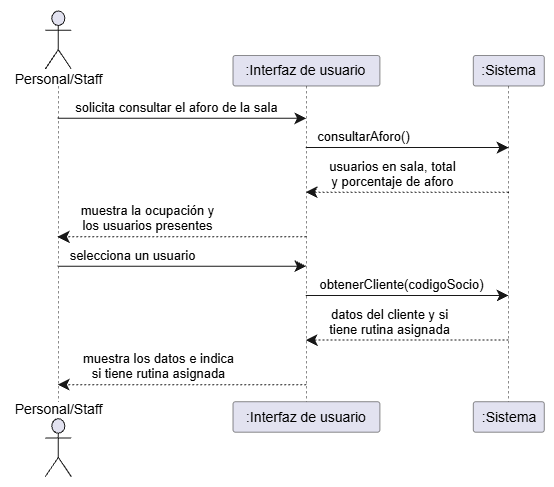
This is assets/DS CONSULTAR AFORO Y RUTINAS.png from gis-ir/IR2627-G1-06, a draw.io export, as it was before one commit. Source tidied: cells renumbered, new cells last; positions are measured from the earlier drawing's top-left corner, leaving out a move shared by most shapes. The source it was exported from:
```xml
<mxGraphModel>
  <root>
    <mxCell id="0" />
    <mxCell id="1" parent="0" />
    <mxCell id="2" style="group;transparentBounds=1;editIcon=1;lockedGroup=0;groupPadding=10;" parent="1" vertex="1">
      <mxGeometry as="geometry" />
    </mxCell>
    <mxCell id="3" style="shape=umlLifeline;perimeter=lifelinePerimeter;participant=headless;size=75.49;lifelineMirror=1;dashPattern=5 5;outlineConnect=0;portConstraint=eastwest;newEdgeStyle={&quot;edgeStyle&quot;:&quot;sequenceEdgeStyle&quot;,&quot;libavoidRouting&quot;:0,&quot;curved&quot;:0,&quot;rounded&quot;:0};fillColor=none;strokeColor=#181818;strokeWidth=0.5;" parent="2" vertex="1">
      <mxGeometry x="30" y="30" width="95.6" height="466.7" as="geometry" />
    </mxCell>
    <mxCell id="4" value="Personal/Staff" style="shape=umlActor;verticalLabelPosition=bottom;verticalAlign=top;spacingTop=-5;fillColor=#E2E2F0;strokeColor=#181818;fontColor=#000000;fontSize=14;html=1;shadow=0;" parent="3" vertex="1">
      <mxGeometry x="34.8" y="0.5" width="26" height="58" as="geometry" />
    </mxCell>
    <mxCell id="5" value="Personal/Staff" style="shape=umlActor;verticalLabelPosition=top;verticalAlign=bottom;spacingBottom=-2.5;fillColor=#E2E2F0;strokeColor=#181818;fontColor=#000000;fontSize=14;html=1;shadow=0;" parent="3" vertex="1">
      <mxGeometry x="34.8" y="408.2" width="26" height="58" as="geometry" />
    </mxCell>
    <mxCell id="6" value=":Interfaz de usuario" style="shape=umlLifeline;perimeter=lifelinePerimeter;size=30.49;lifelineMirror=1;dashPattern=5 5;outlineConnect=0;portConstraint=eastwest;newEdgeStyle={&quot;edgeStyle&quot;:&quot;sequenceEdgeStyle&quot;,&quot;libavoidRouting&quot;:0,&quot;curved&quot;:0,&quot;rounded&quot;:0};rounded=1;absoluteArcSize=1;arcSize=5;fillColor=#E2E2F0;strokeColor=#181818;strokeWidth=0.5;fontColor=#000000;fontSize=14;whiteSpace=wrap;html=1;shadow=0;" parent="2" vertex="1">
      <mxGeometry x="252.5" y="75" width="146.9" height="376.7" as="geometry" />
    </mxCell>
    <mxCell id="7" value=":Sistema" style="shape=umlLifeline;perimeter=lifelinePerimeter;size=30.49;lifelineMirror=1;dashPattern=5 5;outlineConnect=0;portConstraint=eastwest;newEdgeStyle={&quot;edgeStyle&quot;:&quot;sequenceEdgeStyle&quot;,&quot;libavoidRouting&quot;:0,&quot;curved&quot;:0,&quot;rounded&quot;:0};rounded=1;absoluteArcSize=1;arcSize=5;fillColor=#E2E2F0;strokeColor=#181818;strokeWidth=0.5;fontColor=#000000;fontSize=14;whiteSpace=wrap;html=1;shadow=0;" parent="2" vertex="1">
      <mxGeometry x="492.8" y="75" width="71" height="376.7" as="geometry" />
    </mxCell>
    <mxCell id="8" value="solicita consultar el aforo de la sala" style="endArrow=classic;endFill=1;endSize=9;html=1;edgeStyle=sequenceEdgeStyle;libavoidRouting=0;curved=0;rounded=0;strokeColor=#181818;strokeWidth=1;fontColor=#000000;fontSize=13;verticalAlign=bottom;labelBackgroundColor=none;sourcePerimeterSpacing=0;targetPerimeterSpacing=0;" parent="2" edge="1" source="3" target="6">
      <mxGeometry x="-0.04" relative="1" as="geometry">
        <Array as="points">
          <mxPoint x="202" y="137.8" />
        </Array>
      </mxGeometry>
    </mxCell>
    <mxCell id="9" value="consultarAforo()" style="endArrow=classic;endFill=1;endSize=9;html=1;edgeStyle=sequenceEdgeStyle;libavoidRouting=0;curved=0;rounded=0;strokeColor=#181818;strokeWidth=1;fontColor=#000000;fontSize=13;verticalAlign=bottom;labelBackgroundColor=none;sourcePerimeterSpacing=0;targetPerimeterSpacing=0;" parent="2" edge="1" source="6" target="7">
      <mxGeometry x="-0.43" relative="1" as="geometry">
        <Array as="points">
          <mxPoint x="427" y="167.1" />
        </Array>
      </mxGeometry>
    </mxCell>
    <mxCell id="10" value="usuarios en sala, total&#10;y porcentaje de aforo" style="endArrow=classic;endFill=1;endSize=9;html=1;edgeStyle=sequenceEdgeStyle;libavoidRouting=0;curved=0;rounded=0;strokeColor=#181818;strokeWidth=1;fontColor=#000000;fontSize=13;verticalAlign=bottom;labelBackgroundColor=none;dashed=1;dashPattern=2 2;sourcePerimeterSpacing=0;targetPerimeterSpacing=0;" parent="2" edge="1" source="7" target="6">
      <mxGeometry x="0.15" relative="1" as="geometry">
        <Array as="points">
          <mxPoint x="427" y="211.7" />
        </Array>
      </mxGeometry>
    </mxCell>
    <mxCell id="11" value="muestra la ocupación y&#10;los usuarios presentes" style="endArrow=classic;endFill=1;endSize=9;html=1;edgeStyle=sequenceEdgeStyle;libavoidRouting=0;curved=0;rounded=0;strokeColor=#181818;strokeWidth=1;fontColor=#000000;fontSize=13;verticalAlign=bottom;labelBackgroundColor=none;dashed=1;dashPattern=2 2;sourcePerimeterSpacing=0;targetPerimeterSpacing=0;" parent="2" edge="1" source="6" target="3">
      <mxGeometry x="0.28" relative="1" as="geometry">
        <Array as="points">
          <mxPoint x="202" y="256.4" />
        </Array>
      </mxGeometry>
    </mxCell>
    <mxCell id="12" value="selecciona un usuario" style="endArrow=classic;endFill=1;endSize=9;html=1;edgeStyle=sequenceEdgeStyle;libavoidRouting=0;curved=0;rounded=0;strokeColor=#181818;strokeWidth=1;fontColor=#000000;fontSize=13;verticalAlign=bottom;labelBackgroundColor=none;sourcePerimeterSpacing=0;targetPerimeterSpacing=0;" parent="2" edge="1" source="3" target="6">
      <mxGeometry x="-0.39" relative="1" as="geometry">
        <Array as="points">
          <mxPoint x="202" y="285.7" />
        </Array>
      </mxGeometry>
    </mxCell>
    <mxCell id="13" value="obtenerCliente(codigoSocio)" style="endArrow=classic;endFill=1;endSize=9;html=1;edgeStyle=sequenceEdgeStyle;libavoidRouting=0;curved=0;rounded=0;strokeColor=#181818;strokeWidth=1;fontColor=#000000;fontSize=13;verticalAlign=bottom;labelBackgroundColor=none;sourcePerimeterSpacing=0;targetPerimeterSpacing=0;" parent="2" edge="1" source="6" target="7">
      <mxGeometry x="-0.05" relative="1" as="geometry">
        <Array as="points">
          <mxPoint x="427" y="315" />
        </Array>
      </mxGeometry>
    </mxCell>
    <mxCell id="14" value="datos del cliente y si&#10;tiene rutina asignada" style="endArrow=classic;endFill=1;endSize=9;html=1;edgeStyle=sequenceEdgeStyle;libavoidRouting=0;curved=0;rounded=0;strokeColor=#181818;strokeWidth=1;fontColor=#000000;fontSize=13;verticalAlign=bottom;labelBackgroundColor=none;dashed=1;dashPattern=2 2;sourcePerimeterSpacing=0;targetPerimeterSpacing=0;" parent="2" edge="1" source="7" target="6">
      <mxGeometry x="0.17" relative="1" as="geometry">
        <Array as="points">
          <mxPoint x="427" y="359.6" />
        </Array>
      </mxGeometry>
    </mxCell>
    <mxCell id="15" value="muestra los datos e indica&#10;si tiene rutina asignada" style="endArrow=classic;endFill=1;endSize=9;html=1;edgeStyle=sequenceEdgeStyle;libavoidRouting=0;curved=0;rounded=0;strokeColor=#181818;strokeWidth=1;fontColor=#000000;fontSize=13;verticalAlign=bottom;labelBackgroundColor=none;dashed=1;dashPattern=2 2;sourcePerimeterSpacing=0;targetPerimeterSpacing=0;" parent="2" edge="1" source="6" target="3">
      <mxGeometry x="0.19" relative="1" as="geometry">
        <Array as="points">
          <mxPoint x="202" y="404.2" />
        </Array>
      </mxGeometry>
    </mxCell>
  </root>
</mxGraphModel>
```
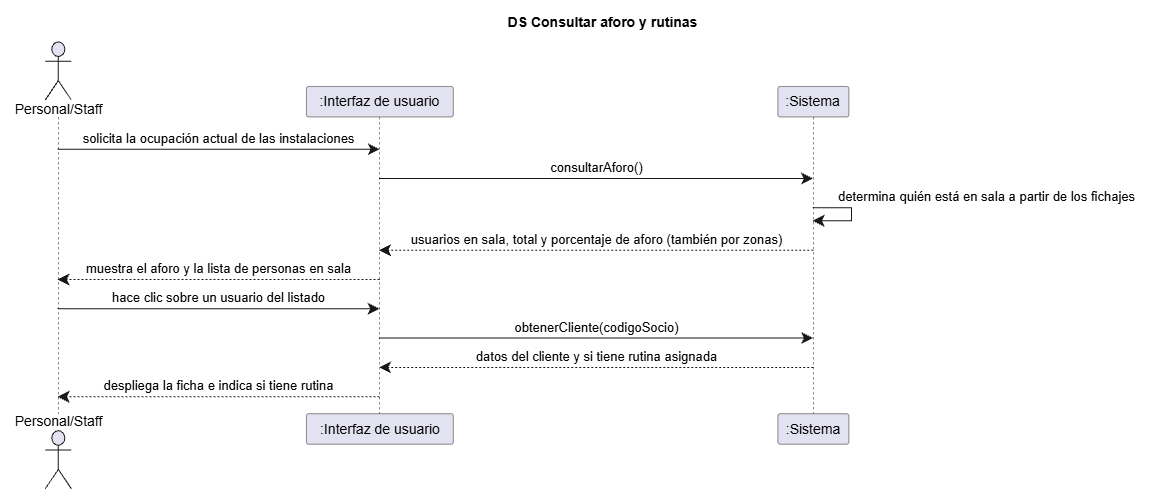
After the commit.

Diff of the diagram source:
```diff
@@ -5,76 +5,92 @@
     <mxCell id="2" style="group;transparentBounds=1;editIcon=1;lockedGroup=0;groupPadding=10;" parent="1" vertex="1">
       <mxGeometry as="geometry" />
     </mxCell>
-    <mxCell id="3" style="shape=umlLifeline;perimeter=lifelinePerimeter;participant=headless;size=75.49;lifelineMirror=1;dashPattern=5 5;outlineConnect=0;portConstraint=eastwest;newEdgeStyle={&quot;edgeStyle&quot;:&quot;sequenceEdgeStyle&quot;,&quot;libavoidRouting&quot;:0,&quot;curved&quot;:0,&quot;rounded&quot;:0};fillColor=none;strokeColor=#181818;strokeWidth=0.5;" parent="2" vertex="1">
-      <mxGeometry x="30" y="30" width="95.6" height="466.7" as="geometry" />
-    </mxCell>
+    <mxCell id="16" style="shape=umlLifeline;perimeter=lifelinePerimeter;participant=headless;size=75.49;lifelineMirror=1;dashPattern=5 5;outlineConnect=0;portConstraint=eastwest;newEdgeStyle={&quot;edgeStyle&quot;:&quot;sequenceEdgeStyle&quot;,&quot;libavoidRouting&quot;:0,&quot;curved&quot;:0,&quot;rounded&quot;:0};fillColor=none;strokeColor=#181818;strokeWidth=0.5;" parent="2" vertex="1">
+      <mxGeometry x="30" y="61" width="95.6" height="447.8" as="geometry" />
+    </mxCell>
-    <mxCell id="4" value="Personal/Staff" style="shape=umlActor;verticalLabelPosition=bottom;verticalAlign=top;spacingTop=-5;fillColor=#E2E2F0;strokeColor=#181818;fontColor=#000000;fontSize=14;html=1;shadow=0;" parent="3" vertex="1">
+    <mxCell id="4" value="Personal/Staff" style="shape=umlActor;verticalLabelPosition=bottom;verticalAlign=top;spacingTop=-5;fillColor=#E2E2F0;strokeColor=#181818;fontColor=#000000;fontSize=14;html=1;shadow=0;" parent="16" vertex="1">
       <mxGeometry x="34.8" y="0.5" width="26" height="58" as="geometry" />
     </mxCell>
-    <mxCell id="5" value="Personal/Staff" style="shape=umlActor;verticalLabelPosition=top;verticalAlign=bottom;spacingBottom=-2.5;fillColor=#E2E2F0;strokeColor=#181818;fontColor=#000000;fontSize=14;html=1;shadow=0;" parent="3" vertex="1">
-      <mxGeometry x="34.8" y="408.2" width="26" height="58" as="geometry" />
+    <mxCell id="5" value="Personal/Staff" style="shape=umlActor;verticalLabelPosition=top;verticalAlign=bottom;spacingBottom=-2.5;fillColor=#E2E2F0;strokeColor=#181818;fontColor=#000000;fontSize=14;html=1;shadow=0;" parent="16" vertex="1">
+      <mxGeometry x="34.8" y="389.3" width="26" height="58" as="geometry" />
     </mxCell>
     <mxCell id="6" value=":Interfaz de usuario" style="shape=umlLifeline;perimeter=lifelinePerimeter;size=30.49;lifelineMirror=1;dashPattern=5 5;outlineConnect=0;portConstraint=eastwest;newEdgeStyle={&quot;edgeStyle&quot;:&quot;sequenceEdgeStyle&quot;,&quot;libavoidRouting&quot;:0,&quot;curved&quot;:0,&quot;rounded&quot;:0};rounded=1;absoluteArcSize=1;arcSize=5;fillColor=#E2E2F0;strokeColor=#181818;strokeWidth=0.5;fontColor=#000000;fontSize=14;whiteSpace=wrap;html=1;shadow=0;" parent="2" vertex="1">
-      <mxGeometry x="252.5" y="75" width="146.9" height="376.7" as="geometry" />
+      <mxGeometry x="325.9" y="106" width="146.9" height="357.8" as="geometry" />
     </mxCell>
     <mxCell id="7" value=":Sistema" style="shape=umlLifeline;perimeter=lifelinePerimeter;size=30.49;lifelineMirror=1;dashPattern=5 5;outlineConnect=0;portConstraint=eastwest;newEdgeStyle={&quot;edgeStyle&quot;:&quot;sequenceEdgeStyle&quot;,&quot;libavoidRouting&quot;:0,&quot;curved&quot;:0,&quot;rounded&quot;:0};rounded=1;absoluteArcSize=1;arcSize=5;fillColor=#E2E2F0;strokeColor=#181818;strokeWidth=0.5;fontColor=#000000;fontSize=14;whiteSpace=wrap;html=1;shadow=0;" parent="2" vertex="1">
-      <mxGeometry x="492.8" y="75" width="71" height="376.7" as="geometry" />
+      <mxGeometry x="797.4" y="106" width="71" height="357.8" as="geometry" />
     </mxCell>
-    <mxCell id="8" value="solicita consultar el aforo de la sala" style="endArrow=classic;endFill=1;endSize=9;html=1;edgeStyle=sequenceEdgeStyle;libavoidRouting=0;curved=0;rounded=0;strokeColor=#181818;strokeWidth=1;fontColor=#000000;fontSize=13;verticalAlign=bottom;labelBackgroundColor=none;sourcePerimeterSpacing=0;targetPerimeterSpacing=0;" parent="2" edge="1" source="3" target="6">
-      <mxGeometry x="-0.04" relative="1" as="geometry">
-        <Array as="points">
-          <mxPoint x="202" y="137.8" />
-        </Array>
-      </mxGeometry>
-    </mxCell>
+    <mxCell id="17" value="solicita la ocupación actual de las instalaciones" style="endArrow=classic;endFill=1;endSize=9;html=1;edgeStyle=sequenceEdgeStyle;libavoidRouting=0;curved=0;rounded=0;strokeColor=#181818;strokeWidth=1;fontColor=#000000;fontSize=13;verticalAlign=bottom;labelBackgroundColor=none;align=center;sourcePerimeterSpacing=0;targetPerimeterSpacing=0;" parent="2" edge="1" source="16" target="6">
+      <mxGeometry relative="1" as="geometry">
+        <Array as="points">
+          <mxPoint x="239" y="168.8" />
+        </Array>
+      </mxGeometry>
+    </mxCell>
-    <mxCell id="9" value="consultarAforo()" style="endArrow=classic;endFill=1;endSize=9;html=1;edgeStyle=sequenceEdgeStyle;libavoidRouting=0;curved=0;rounded=0;strokeColor=#181818;strokeWidth=1;fontColor=#000000;fontSize=13;verticalAlign=bottom;labelBackgroundColor=none;sourcePerimeterSpacing=0;targetPerimeterSpacing=0;" parent="2" edge="1" source="6" target="7">
-      <mxGeometry x="-0.43" relative="1" as="geometry">
+    <mxCell id="9" value="consultarAforo()" style="endArrow=classic;endFill=1;endSize=9;html=1;edgeStyle=sequenceEdgeStyle;libavoidRouting=0;curved=0;rounded=0;strokeColor=#181818;strokeWidth=1;fontColor=#000000;fontSize=13;verticalAlign=bottom;labelBackgroundColor=none;align=center;sourcePerimeterSpacing=0;targetPerimeterSpacing=0;" parent="2" edge="1" source="6" target="7">
+      <mxGeometry relative="1" as="geometry">
         <Array as="points">
-          <mxPoint x="427" y="167.1" />
+          <mxPoint x="616" y="198.1" />
         </Array>
       </mxGeometry>
     </mxCell>
+    <mxCell id="18" style="endArrow=classic;endFill=1;endSize=9;html=1;edgeStyle=sequenceEdgeStyle;libavoidRouting=0;curved=0;rounded=0;strokeColor=#181818;strokeWidth=1;align=center;fontSize=11;sourcePerimeterSpacing=0;targetPerimeterSpacing=0;" parent="2" edge="1" source="7" target="7">
+      <mxGeometry relative="1" as="geometry">
+        <Array as="points">
+          <mxPoint x="870.9" y="227.4" />
+          <mxPoint x="870.9" y="240.4" />
+        </Array>
+      </mxGeometry>
+    </mxCell>
+    <mxCell id="19" value="determina quién está en sala a partir de los fichajes" style="text;html=1;fontColor=#000000;fontSize=13;align=center;verticalAlign=middle;" parent="18" vertex="1">
+      <mxGeometry x="-1" width="332.4" height="18.31" relative="1" as="geometry">
+        <mxPoint x="7.8" y="-20.3" as="offset" />
+      </mxGeometry>
+    </mxCell>
-    <mxCell id="10" value="usuarios en sala, total&#10;y porcentaje de aforo" style="endArrow=classic;endFill=1;endSize=9;html=1;edgeStyle=sequenceEdgeStyle;libavoidRouting=0;curved=0;rounded=0;strokeColor=#181818;strokeWidth=1;fontColor=#000000;fontSize=13;verticalAlign=bottom;labelBackgroundColor=none;dashed=1;dashPattern=2 2;sourcePerimeterSpacing=0;targetPerimeterSpacing=0;" parent="2" edge="1" source="7" target="6">
-      <mxGeometry x="0.15" relative="1" as="geometry">
+    <mxCell id="10" value="usuarios en sala, total y porcentaje de aforo (también por zonas)" style="endArrow=classic;endFill=1;endSize=9;html=1;edgeStyle=sequenceEdgeStyle;libavoidRouting=0;curved=0;rounded=0;strokeColor=#181818;strokeWidth=1;fontColor=#000000;fontSize=13;verticalAlign=bottom;labelBackgroundColor=none;dashed=1;dashPattern=2 2;align=center;sourcePerimeterSpacing=0;targetPerimeterSpacing=0;" parent="2" edge="1" source="7" target="6">
+      <mxGeometry relative="1" as="geometry">
         <Array as="points">
-          <mxPoint x="427" y="211.7" />
+          <mxPoint x="616" y="269.7" />
         </Array>
       </mxGeometry>
     </mxCell>
-    <mxCell id="11" value="muestra la ocupación y&#10;los usuarios presentes" style="endArrow=classic;endFill=1;endSize=9;html=1;edgeStyle=sequenceEdgeStyle;libavoidRouting=0;curved=0;rounded=0;strokeColor=#181818;strokeWidth=1;fontColor=#000000;fontSize=13;verticalAlign=bottom;labelBackgroundColor=none;dashed=1;dashPattern=2 2;sourcePerimeterSpacing=0;targetPerimeterSpacing=0;" parent="2" edge="1" source="6" target="3">
-      <mxGeometry x="0.28" relative="1" as="geometry">
-        <Array as="points">
-          <mxPoint x="202" y="256.4" />
-        </Array>
-      </mxGeometry>
-    </mxCell>
-    <mxCell id="12" value="selecciona un usuario" style="endArrow=classic;endFill=1;endSize=9;html=1;edgeStyle=sequenceEdgeStyle;libavoidRouting=0;curved=0;rounded=0;strokeColor=#181818;strokeWidth=1;fontColor=#000000;fontSize=13;verticalAlign=bottom;labelBackgroundColor=none;sourcePerimeterSpacing=0;targetPerimeterSpacing=0;" parent="2" edge="1" source="3" target="6">
-      <mxGeometry x="-0.39" relative="1" as="geometry">
-        <Array as="points">
-          <mxPoint x="202" y="285.7" />
-        </Array>
-      </mxGeometry>
-    </mxCell>
+    <mxCell id="20" value="muestra el aforo y la lista de personas en sala" style="endArrow=classic;endFill=1;endSize=9;html=1;edgeStyle=sequenceEdgeStyle;libavoidRouting=0;curved=0;rounded=0;strokeColor=#181818;strokeWidth=1;fontColor=#000000;fontSize=13;verticalAlign=bottom;labelBackgroundColor=none;dashed=1;dashPattern=2 2;align=center;sourcePerimeterSpacing=0;targetPerimeterSpacing=0;" parent="2" edge="1" source="6" target="16">
+      <mxGeometry relative="1" as="geometry">
+        <Array as="points">
+          <mxPoint x="239" y="299" />
+        </Array>
+      </mxGeometry>
+    </mxCell>
+    <mxCell id="21" value="hace clic sobre un usuario del listado" style="endArrow=classic;endFill=1;endSize=9;html=1;edgeStyle=sequenceEdgeStyle;libavoidRouting=0;curved=0;rounded=0;strokeColor=#181818;strokeWidth=1;fontColor=#000000;fontSize=13;verticalAlign=bottom;labelBackgroundColor=none;align=center;sourcePerimeterSpacing=0;targetPerimeterSpacing=0;" parent="2" edge="1" source="16" target="6">
+      <mxGeometry relative="1" as="geometry">
+        <Array as="points">
+          <mxPoint x="239" y="328.3" />
+        </Array>
+      </mxGeometry>
+    </mxCell>
-    <mxCell id="13" value="obtenerCliente(codigoSocio)" style="endArrow=classic;endFill=1;endSize=9;html=1;edgeStyle=sequenceEdgeStyle;libavoidRouting=0;curved=0;rounded=0;strokeColor=#181818;strokeWidth=1;fontColor=#000000;fontSize=13;verticalAlign=bottom;labelBackgroundColor=none;sourcePerimeterSpacing=0;targetPerimeterSpacing=0;" parent="2" edge="1" source="6" target="7">
-      <mxGeometry x="-0.05" relative="1" as="geometry">
+    <mxCell id="13" value="obtenerCliente(codigoSocio)" style="endArrow=classic;endFill=1;endSize=9;html=1;edgeStyle=sequenceEdgeStyle;libavoidRouting=0;curved=0;rounded=0;strokeColor=#181818;strokeWidth=1;fontColor=#000000;fontSize=13;verticalAlign=bottom;labelBackgroundColor=none;align=center;sourcePerimeterSpacing=0;targetPerimeterSpacing=0;" parent="2" edge="1" source="6" target="7">
+      <mxGeometry relative="1" as="geometry">
         <Array as="points">
-          <mxPoint x="427" y="315" />
+          <mxPoint x="616" y="357.6" />
         </Array>
       </mxGeometry>
     </mxCell>
-    <mxCell id="14" value="datos del cliente y si&#10;tiene rutina asignada" style="endArrow=classic;endFill=1;endSize=9;html=1;edgeStyle=sequenceEdgeStyle;libavoidRouting=0;curved=0;rounded=0;strokeColor=#181818;strokeWidth=1;fontColor=#000000;fontSize=13;verticalAlign=bottom;labelBackgroundColor=none;dashed=1;dashPattern=2 2;sourcePerimeterSpacing=0;targetPerimeterSpacing=0;" parent="2" edge="1" source="7" target="6">
-      <mxGeometry x="0.17" relative="1" as="geometry">
+    <mxCell id="14" value="datos del cliente y si tiene rutina asignada" style="endArrow=classic;endFill=1;endSize=9;html=1;edgeStyle=sequenceEdgeStyle;libavoidRouting=0;curved=0;rounded=0;strokeColor=#181818;strokeWidth=1;fontColor=#000000;fontSize=13;verticalAlign=bottom;labelBackgroundColor=none;dashed=1;dashPattern=2 2;align=center;sourcePerimeterSpacing=0;targetPerimeterSpacing=0;" parent="2" edge="1" source="7" target="6">
+      <mxGeometry relative="1" as="geometry">
         <Array as="points">
-          <mxPoint x="427" y="359.6" />
+          <mxPoint x="616" y="386.9" />
         </Array>
       </mxGeometry>
     </mxCell>
-    <mxCell id="15" value="muestra los datos e indica&#10;si tiene rutina asignada" style="endArrow=classic;endFill=1;endSize=9;html=1;edgeStyle=sequenceEdgeStyle;libavoidRouting=0;curved=0;rounded=0;strokeColor=#181818;strokeWidth=1;fontColor=#000000;fontSize=13;verticalAlign=bottom;labelBackgroundColor=none;dashed=1;dashPattern=2 2;sourcePerimeterSpacing=0;targetPerimeterSpacing=0;" parent="2" edge="1" source="6" target="3">
-      <mxGeometry x="0.19" relative="1" as="geometry">
-        <Array as="points">
-          <mxPoint x="202" y="404.2" />
-        </Array>
-      </mxGeometry>
-    </mxCell>
+    <mxCell id="22" value="despliega la ficha e indica si tiene rutina" style="endArrow=classic;endFill=1;endSize=9;html=1;edgeStyle=sequenceEdgeStyle;libavoidRouting=0;curved=0;rounded=0;strokeColor=#181818;strokeWidth=1;fontColor=#000000;fontSize=13;verticalAlign=bottom;labelBackgroundColor=none;dashed=1;dashPattern=2 2;align=center;sourcePerimeterSpacing=0;targetPerimeterSpacing=0;" parent="2" edge="1" source="6" target="16">
+      <mxGeometry relative="1" as="geometry">
+        <Array as="points">
+          <mxPoint x="239" y="416.2" />
+        </Array>
+      </mxGeometry>
+    </mxCell>
+    <mxCell id="23" value="DS Consultar aforo y rutinas" style="text;html=1;fillColor=none;strokeColor=none;fontSize=14;fontStyle=1;fontColor=#000000;align=center;verticalAlign=middle;" parent="2" vertex="1">
+      <mxGeometry x="514.6" y="30" width="215.2" height="24" as="geometry" />
+    </mxCell>
   </root>
 </mxGraphModel>
```
